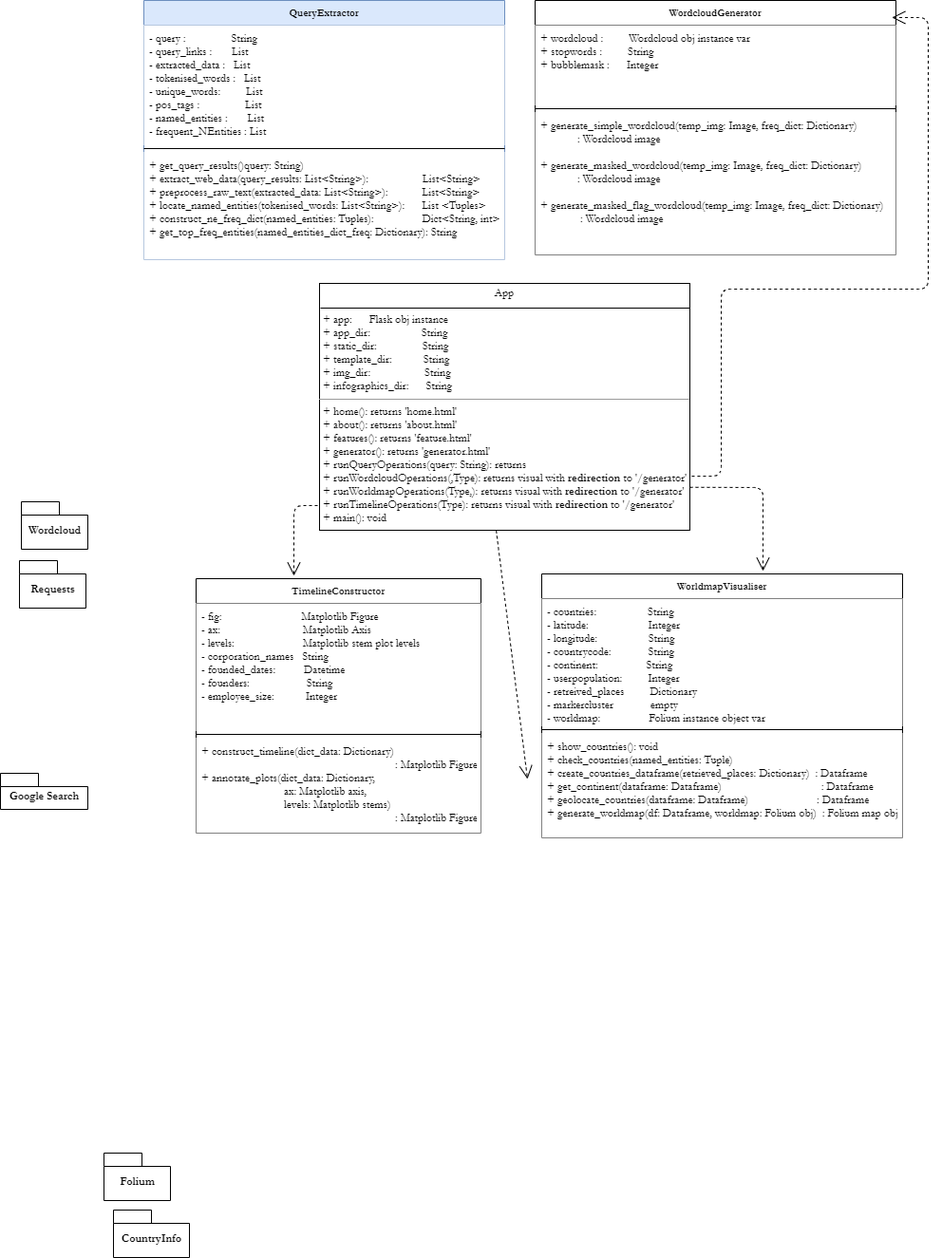
Above: Documentation/Design/GIFT-UML-Diagram.png in John8790909/Generating-Infographics-from-Text (draw.io), before the change. Source tidied: cells renumbered, new cells last; positions are measured from the earlier drawing's top-left corner, leaving out a move shared by most shapes.
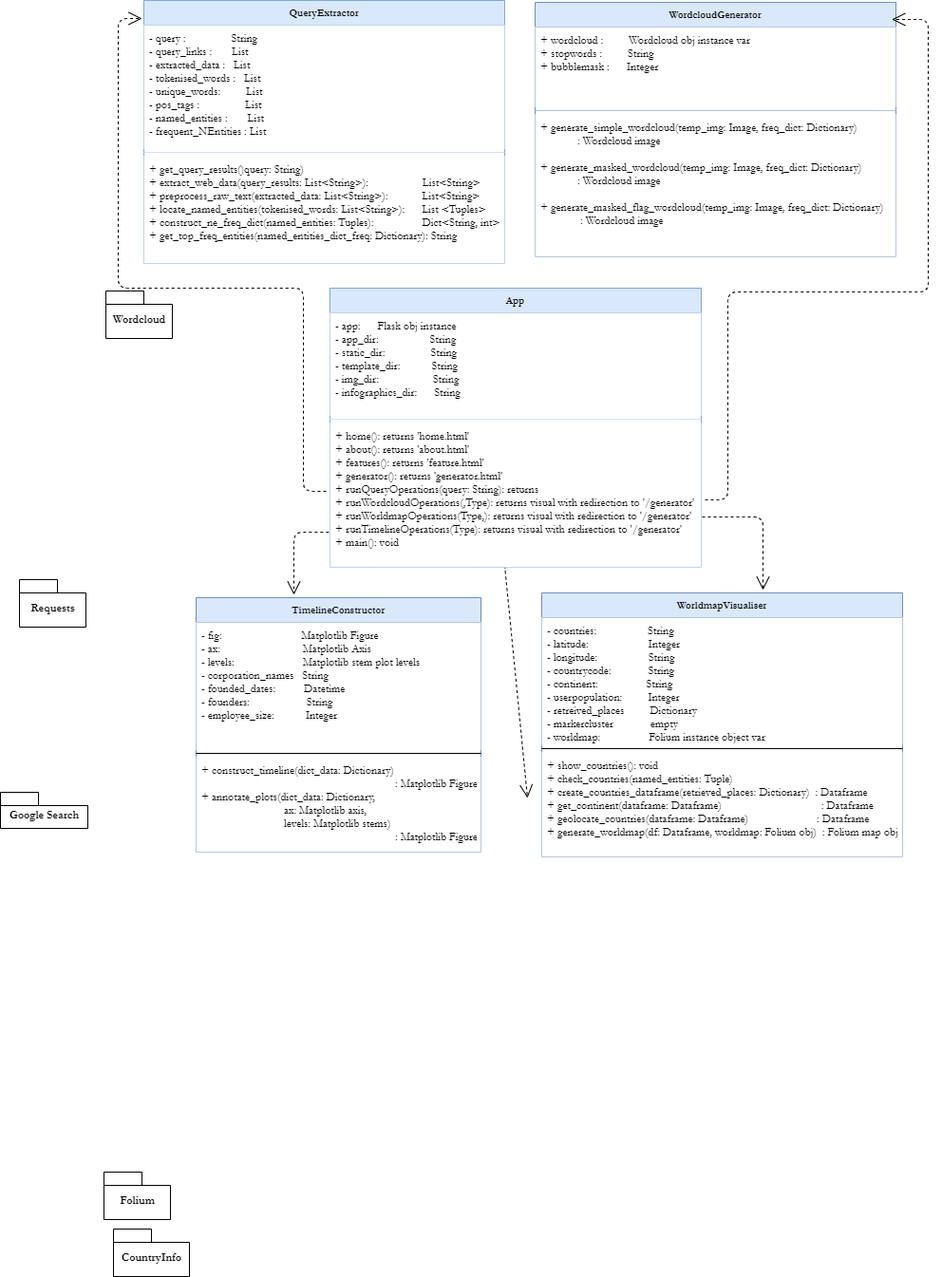
The same file after the commit.

Change to the diagram source:
```diff
@@ -6,7 +6,7 @@
       <mxGeometry y="814" width="92" height="38" as="geometry" />
     </mxCell>
     <mxCell id="3" value="Wordcloud" style="shape=folder;fontStyle=1;spacingTop=10;tabWidth=40;tabHeight=14;tabPosition=left;html=1;fontFamily=Garamond;" parent="1" vertex="1">
-      <mxGeometry x="22" y="528" width="70" height="50" as="geometry" />
+      <mxGeometry x="111" y="286" width="70" height="50" as="geometry" />
     </mxCell>
     <mxCell id="4" value="Folium" style="shape=folder;fontStyle=1;spacingTop=10;tabWidth=40;tabHeight=14;tabPosition=left;html=1;fontFamily=Garamond;" parent="1" vertex="1">
       <mxGeometry x="109" y="1214" width="70" height="50" as="geometry" />
@@ -17,19 +17,19 @@
     <mxCell id="6" value="Requests" style="shape=folder;fontStyle=1;spacingTop=10;tabWidth=40;tabHeight=14;tabPosition=left;html=1;fontFamily=Garamond;" parent="1" vertex="1">
       <mxGeometry x="20" y="590" width="70" height="50" as="geometry" />
     </mxCell>
-    <mxCell id="7" value="WordcloudGenerator" style="swimlane;fontStyle=1;align=center;verticalAlign=top;horizontal=1;startSize=26;fontFamily=Garamond;fontSize=11;labelBackgroundColor=#FFFFFF;" parent="1" vertex="1">
-      <mxGeometry x="563" width="380" height="268" as="geometry" />
+    <mxCell id="7" value="WordcloudGenerator" style="swimlane;fontStyle=1;align=center;verticalAlign=top;horizontal=1;startSize=26;fontFamily=Garamond;fontSize=11;labelBackgroundColor=none;fillColor=#dae8fc;strokeColor=#6c8ebf;" parent="1" vertex="1">
+      <mxGeometry x="563" y="-18" width="380" height="268" as="geometry" />
     </mxCell>
     <mxCell id="8" value="+ wordcloud :         Wordcloud obj instance var&#10;+ stopwords :         String&#10;+ bubblemask :      Integer" style="text;strokeColor=none;align=left;verticalAlign=top;spacingLeft=4;spacingRight=4;overflow=hidden;fontFamily=Garamond;fillColor=#ffffff;" parent="7" vertex="1">
       <mxGeometry y="26" width="380" height="84" as="geometry" />
     </mxCell>
-    <mxCell id="9" style="line;strokeWidth=1;fillColor=none;align=left;verticalAlign=middle;spacingTop=-1;spacingLeft=3;spacingRight=3;labelPosition=right;" parent="7" vertex="1">
+    <mxCell id="9" style="line;strokeWidth=1;fillColor=none;align=left;verticalAlign=middle;spacingTop=-1;spacingLeft=3;spacingRight=3;labelPosition=right;strokeColor=#A9C4EB;" parent="7" vertex="1">
       <mxGeometry y="110" width="380" height="8" as="geometry" />
     </mxCell>
     <mxCell id="10" value="+ generate_simple_wordcloud(temp_img: Image, freq_dict: Dictionary)  &#10;             : Wordcloud image&#10;&#10;+ generate_masked_wordcloud(temp_img: Image, freq_dict: Dictionary)&#10;             : Wordcloud image&#10;&#10;+ generate_masked_flag_wordcloud(temp_img: Image, freq_dict: Dictionary)&#10;              : Wordcloud image" style="text;strokeColor=none;align=left;verticalAlign=top;spacingLeft=4;spacingRight=4;overflow=hidden;fontFamily=Garamond;fillColor=#ffffff;fontSize=12;horizontal=1;" parent="7" vertex="1">
       <mxGeometry y="118" width="380" height="150" as="geometry" />
     </mxCell>
-    <mxCell id="11" value="WorldmapVisualiser" style="swimlane;fontStyle=1;align=center;verticalAlign=top;horizontal=1;startSize=26;labelBackgroundColor=#FFFFFF;fontFamily=Garamond;fontSize=11;fillColor=#ffffff;" parent="1" vertex="1">
+    <mxCell id="11" value="WorldmapVisualiser" style="swimlane;fontStyle=1;align=center;verticalAlign=top;horizontal=1;startSize=26;labelBackgroundColor=none;fontFamily=Garamond;fontSize=11;fillColor=#dae8fc;strokeColor=#6c8ebf;" parent="1" vertex="1">
       <mxGeometry x="570" y="604" width="380" height="278" as="geometry" />
     </mxCell>
     <mxCell id="12" value="- countries:                  String&#10;- latitude:                     Integer&#10;- longitude:                  String&#10;- countrycode:             String&#10;- continent:                 String&#10;- userpopulation:         Integer&#10;- retreived_places         Dictionary&#10;- markercluster             empty&#10;- worldmap:                 Folium instance object var" style="text;strokeColor=none;align=left;verticalAlign=top;spacingLeft=4;spacingRight=4;overflow=hidden;fontFamily=Garamond;fillColor=#ffffff;" parent="11" vertex="1">
@@ -41,7 +41,7 @@
     <mxCell id="14" value="+ show_countries(): void&#10;+ check_countries(named_entities: Tuple)&#10;+ create_countries_dataframe(retrieved_places: Dictionary)  : Dataframe&#10;+ get_continent(dataframe: Dataframe)                                   : Dataframe&#10;+ geolocate_countries(dataframe: Dataframe)                        : Dataframe&#10;+ generate_worldmap(df: Dataframe, worldmap: Folium obj)  : Folium map obj" style="text;strokeColor=none;align=left;verticalAlign=top;spacingLeft=4;spacingRight=4;overflow=hidden;fontFamily=Garamond;fillColor=#ffffff;" parent="11" vertex="1">
       <mxGeometry y="168" width="380" height="110" as="geometry" />
     </mxCell>
-    <mxCell id="15" value="TimelineConstructor" style="swimlane;fontStyle=1;align=center;verticalAlign=top;horizontal=1;startSize=26;labelBackgroundColor=#FFFFFF;fontFamily=Garamond;fontSize=11;fillColor=#ffffff;" parent="1" vertex="1">
+    <mxCell id="15" value="TimelineConstructor" style="swimlane;fontStyle=1;align=center;verticalAlign=top;horizontal=1;startSize=26;labelBackgroundColor=none;fontFamily=Garamond;fontSize=11;fillColor=#dae8fc;strokeColor=#6c8ebf;" parent="1" vertex="1">
       <mxGeometry x="206" y="609" width="300" height="268" as="geometry" />
     </mxCell>
     <mxCell id="16" value="- fig:                            Matplotlib Figure&#10;- ax:                             Matplotlib Axis&#10;- levels:                        Matplotlib stem plot levels&#10;- corporation_names   String&#10;- founded_dates:          Datetime&#10;- founders:                    String&#10;- employee_size:           Integer&#10;" style="text;strokeColor=none;align=left;verticalAlign=top;spacingLeft=4;spacingRight=4;overflow=hidden;fontFamily=Garamond;fillColor=#ffffff;" parent="15" vertex="1">
@@ -53,61 +53,75 @@
     <mxCell id="18" value="+ construct_timeline(dict_data: Dictionary)&#10;                                                                    : Matplotlib Figure&#10;+ annotate_plots(dict_data: Dictionary, &#10;                             ax: Matplotlib axis, &#10;                             levels: Matplotlib stems) &#10;                                                                    : Matplotlib Figure" style="text;strokeColor=none;align=left;verticalAlign=top;spacingLeft=4;spacingRight=4;overflow=hidden;fontFamily=Garamond;fillColor=#ffffff;" parent="15" vertex="1">
       <mxGeometry y="168" width="300" height="100" as="geometry" />
     </mxCell>
-    <mxCell id="19" style="group;" parent="1" vertex="1">
-      <mxGeometry x="336" y="298" width="390" height="260" as="geometry" />
-    </mxCell>
-    <mxCell id="20" value="&lt;p style=&quot;margin: 0px ; margin-top: 4px ; text-align: center&quot;&gt;App&lt;br&gt;&lt;/p&gt;&lt;p style=&quot;margin: 0px ; margin-left: 4px&quot;&gt;&lt;br&gt;&lt;/p&gt;&lt;p style=&quot;margin: 0px ; margin-left: 4px&quot;&gt;+ app:&amp;nbsp; &amp;nbsp; &amp;nbsp; Flask obj instance&lt;br&gt;+ app_dir:&amp;nbsp; &amp;nbsp; &amp;nbsp; &amp;nbsp; &amp;nbsp; &amp;nbsp; &amp;nbsp; &amp;nbsp; &amp;nbsp; String&lt;/p&gt;&lt;p style=&quot;margin: 0px ; margin-left: 4px&quot;&gt;+ static_dir:&amp;nbsp; &amp;nbsp; &amp;nbsp; &amp;nbsp; &amp;nbsp; &amp;nbsp; &amp;nbsp; &amp;nbsp; String&lt;/p&gt;&lt;p style=&quot;margin: 0px ; margin-left: 4px&quot;&gt;+ template_dir:&amp;nbsp; &amp;nbsp; &amp;nbsp; &amp;nbsp; &amp;nbsp; &amp;nbsp;String&lt;/p&gt;&lt;p style=&quot;margin: 0px ; margin-left: 4px&quot;&gt;+ img_dir:&amp;nbsp; &amp;nbsp; &amp;nbsp; &amp;nbsp; &amp;nbsp; &amp;nbsp; &amp;nbsp; &amp;nbsp; &amp;nbsp; &amp;nbsp;String&lt;/p&gt;&lt;p style=&quot;margin: 0px ; margin-left: 4px&quot;&gt;+ infographics_dir:&amp;nbsp; &amp;nbsp; &amp;nbsp; String&lt;/p&gt;&lt;hr size=&quot;1&quot;&gt;&lt;p style=&quot;margin: 0px ; margin-left: 4px&quot;&gt;+ home(): returns 'home.html'&lt;/p&gt;&lt;p style=&quot;margin: 0px ; margin-left: 4px&quot;&gt;+ about(): returns 'about.html'&lt;/p&gt;&lt;p style=&quot;margin: 0px ; margin-left: 4px&quot;&gt;+ features(): returns 'feature.html'&lt;/p&gt;&lt;p style=&quot;margin: 0px ; margin-left: 4px&quot;&gt;+ generator(): returns 'generator.html'&lt;/p&gt;&lt;p style=&quot;margin: 0px ; margin-left: 4px&quot;&gt;+ runQueryOperations(query: String): returns&lt;br&gt;+ runWordcloudOperations(,Type): returns visual with &lt;b&gt;redirection &lt;/b&gt;to '/generator'&lt;/p&gt;&lt;p style=&quot;margin: 0px ; margin-left: 4px&quot;&gt;+ runWorldmapOperations(Type,): returns visual with &lt;b&gt;redirection &lt;/b&gt;to '/generator'&lt;/p&gt;&lt;p style=&quot;margin: 0px ; margin-left: 4px&quot;&gt;+ runTimelineOperations(Type): returns visual with &lt;b&gt;redirection &lt;/b&gt;to '/generator'&lt;/p&gt;&lt;p style=&quot;margin: 0px ; margin-left: 4px&quot;&gt;+ main(): void&lt;/p&gt;" style="verticalAlign=top;align=left;overflow=fill;fontSize=12;fontFamily=Garamond;html=1;rounded=0;shadow=0;comic=0;labelBackgroundColor=none;strokeWidth=1;" parent="19" vertex="1">
-      <mxGeometry width="390" height="260" as="geometry" />
-    </mxCell>
-    <mxCell id="21" style="endArrow=none;html=1;fontFamily=Garamond;" parent="19" edge="1">
-      <mxGeometry relative="1" as="geometry">
-        <mxPoint x="1" y="26" as="sourcePoint" />
-        <mxPoint x="390" y="26" as="targetPoint" />
-      </mxGeometry>
-    </mxCell>
-    <mxCell id="22" style="endArrow=open;dashed=1;endFill=0;endSize=12;html=1;fontFamily=Garamond;fontSize=12;" parent="1" edge="1">
+    <mxCell id="22" style="endArrow=open;dashed=1;endFill=0;endSize=12;html=1;fontFamily=Garamond;fontSize=12;exitX=-0.003;exitY=0.757;exitDx=0;exitDy=0;exitPerimeter=0;" parent="1" edge="1" source="33">
       <mxGeometry relative="1" as="geometry">
-        <mxPoint x="334" y="532" as="sourcePoint" />
         <mxPoint x="309" y="606" as="targetPoint" />
         <Array as="points">
-          <mxPoint x="309" y="532" />
+          <mxPoint x="309" y="540" />
         </Array>
       </mxGeometry>
     </mxCell>
-    <mxCell id="23" style="endArrow=open;dashed=1;endFill=0;endSize=12;html=1;fontFamily=Garamond;fontSize=12;exitX=1;exitY=0.826;exitDx=0;exitDy=0;exitPerimeter=0;" parent="1" edge="1" source="20">
+    <mxCell id="23" style="endArrow=open;dashed=1;endFill=0;endSize=12;html=1;fontFamily=Garamond;fontSize=12;" parent="1" edge="1">
       <mxGeometry relative="1" as="geometry">
+        <mxPoint x="739" y="524" as="sourcePoint" />
         <mxPoint x="803" y="601" as="targetPoint" />
         <Array as="points">
-          <mxPoint x="803" y="513" />
+          <mxPoint x="803" y="524" />
         </Array>
       </mxGeometry>
     </mxCell>
-    <mxCell id="24" style="endArrow=open;dashed=1;endFill=0;endSize=12;html=1;fontFamily=Garamond;fontSize=12;exitX=0.477;exitY=1;exitDx=0;exitDy=0;exitPerimeter=0;" parent="1" edge="1" source="20">
+    <mxCell id="24" style="endArrow=open;dashed=1;endFill=0;endSize=12;html=1;fontFamily=Garamond;fontSize=12;" parent="1" edge="1">
       <mxGeometry relative="1" as="geometry">
+        <mxPoint x="531" y="575" as="sourcePoint" />
         <mxPoint x="555" y="820" as="targetPoint" />
       </mxGeometry>
     </mxCell>
-    <mxCell id="25" style="endArrow=open;dashed=1;endFill=0;endSize=12;html=1;fontFamily=Garamond;fontSize=12;exitX=1.005;exitY=0.781;exitDx=0;exitDy=0;exitPerimeter=0;entryX=0.989;entryY=0.067;entryDx=0;entryDy=0;entryPerimeter=0;" parent="1" edge="1" source="20" target="7">
+    <mxCell id="25" style="endArrow=open;dashed=1;endFill=0;endSize=12;html=1;fontFamily=Garamond;fontSize=12;entryX=0.989;entryY=0.067;entryDx=0;entryDy=0;entryPerimeter=0;" parent="1" edge="1" target="7">
       <mxGeometry relative="1" as="geometry">
+        <mxPoint x="742" y="506" as="sourcePoint" />
         <Array as="points">
-          <mxPoint x="759" y="501" />
-          <mxPoint x="759" y="304" />
-          <mxPoint x="977" y="304" />
-          <mxPoint x="977" y="18" />
+          <mxPoint x="766" y="506" />
+          <mxPoint x="766" y="287" />
+          <mxPoint x="977" y="287" />
+          <mxPoint x="977" />
         </Array>
       </mxGeometry>
     </mxCell>
-    <mxCell id="26" value="QueryExtractor" style="swimlane;fontStyle=1;align=center;verticalAlign=top;horizontal=1;startSize=26;fontFamily=Garamond;fontSize=11;labelBackgroundColor=none;fillColor=#dae8fc;strokeColor=#6c8ebf;" parent="1" vertex="1">
-      <mxGeometry x="151" width="380" height="273" as="geometry" />
+    <mxCell id="26" value="QueryExtractor" style="swimlane;fontStyle=1;align=center;verticalAlign=top;horizontal=1;startSize=26;fontFamily=Garamond;fontSize=11;labelBackgroundColor=none;fillColor=#dae8fc;strokeColor=#7EA6E0;" parent="1" vertex="1">
+      <mxGeometry x="151" y="-20" width="380" height="277" as="geometry" />
     </mxCell>
-    <mxCell id="27" value="- query :                String&#10;- query_links :       List&#10;- extracted_data :   List&#10;- tokenised_words :   List&#10;- unique_words:         List&#10;- pos_tags :                List&#10;- named_entities :       List&#10;- frequent_NEntities : List&#10;" style="text;strokeColor=none;align=left;verticalAlign=top;spacingLeft=4;spacingRight=4;overflow=hidden;fontFamily=Garamond;fillColor=#ffffff;" parent="26" vertex="1">
-      <mxGeometry y="26" width="380" height="126" as="geometry" />
+    <mxCell id="27" value="- query :                String&#10;- query_links :       List&#10;- extracted_data :   List&#10;- tokenised_words :   List&#10;- unique_words:         List&#10;- pos_tags :                List&#10;- named_entities :       List&#10;- frequent_NEntities : List&#10;" style="text;align=left;verticalAlign=top;spacingLeft=4;spacingRight=4;overflow=hidden;fontFamily=Garamond;fillColor=#ffffff;" parent="26" vertex="1">
+      <mxGeometry y="26" width="380" height="130" as="geometry" />
     </mxCell>
-    <mxCell id="28" style="line;strokeWidth=1;fillColor=none;align=left;verticalAlign=middle;spacingTop=-1;spacingLeft=3;spacingRight=3;labelPosition=right;" parent="26" vertex="1">
-      <mxGeometry y="152" width="380" height="8" as="geometry" />
+    <mxCell id="28" style="line;strokeWidth=1;align=left;verticalAlign=middle;spacingTop=-1;spacingLeft=3;spacingRight=3;labelPosition=right;noLabel=1;fontColor=none;labelBackgroundColor=none;fillColor=none;strokeColor=#D4E1F5;" parent="26" vertex="1">
+      <mxGeometry y="156" width="380" height="8" as="geometry" />
     </mxCell>
     <mxCell id="29" value="+ get_query_results()query: String)&#10;+ extract_web_data(query_results: List&lt;String&gt;):                   List&lt;String&gt;&#10;+ preprocess_raw_text(extracted_data: List&lt;String&gt;):            List&lt;String&gt;&#10;+ locate_named_entities(tokenised_words: List&lt;String&gt;):      List &lt;Tuples&gt;&#10;+ construct_ne_freq_dict(named_entities: Tuples):                 Dict&lt;String, int&gt;&#10;+ get_top_freq_entities(named_entities_dict_freq: Dictionary): String&#10;" style="text;strokeColor=none;align=left;verticalAlign=top;spacingLeft=4;spacingRight=4;overflow=hidden;fontFamily=Garamond;fillColor=#ffffff;fontSize=12;horizontal=1;" parent="26" vertex="1">
-      <mxGeometry y="160" width="380" height="113" as="geometry" />
+      <mxGeometry y="164" width="380" height="113" as="geometry" />
     </mxCell>
+    <mxCell id="30" value="App" style="swimlane;fontStyle=1;align=center;verticalAlign=top;horizontal=1;startSize=26;fontFamily=Garamond;fontSize=11;labelBackgroundColor=none;fillColor=#dae8fc;strokeColor=#7EA6E0;" parent="1" vertex="1">
+      <mxGeometry x="347" y="283" width="391" height="294" as="geometry" />
+    </mxCell>
+    <mxCell id="31" value="- app:      Flask obj instance&#10;- app_dir:                  String&#10;- static_dir:                String&#10;- template_dir:           String&#10;- img_dir:                   String&#10;- infographics_dir:      String" style="text;align=left;verticalAlign=top;spacingLeft=4;spacingRight=4;overflow=hidden;fontFamily=Garamond;fillColor=#ffffff;" parent="30" vertex="1">
+      <mxGeometry y="26" width="391" height="108" as="geometry" />
+    </mxCell>
+    <mxCell id="32" style="line;strokeWidth=1;align=left;verticalAlign=middle;spacingTop=-1;spacingLeft=3;spacingRight=3;labelPosition=right;noLabel=1;fontColor=none;labelBackgroundColor=none;fillColor=none;strokeColor=#D4E1F5;" parent="30" vertex="1">
+      <mxGeometry y="134" width="391" height="8" as="geometry" />
+    </mxCell>
+    <mxCell id="33" value="+ home(): returns 'home.html'&#10;+ about(): returns 'about.html'&#10;+ features(): returns 'feature.html'&#10;+ generator(): returns 'generator.html'&#10;+ runQueryOperations(query: String): returns&#10;+ runWordcloudOperations(,Type): returns visual with redirection to '/generator'&#10;+ runWorldmapOperations(Type,): returns visual with redirection to '/generator'&#10;+ runTimelineOperations(Type): returns visual with redirection to '/generator'&#10;+ main(): void" style="text;strokeColor=none;align=left;verticalAlign=top;spacingLeft=4;spacingRight=4;overflow=hidden;points=[[0,0.5],[1,0.5]];portConstraint=eastwest;fontFamily=Garamond;fillColor=#ffffff;fontSize=12;horizontal=1;" parent="30" vertex="1">
+      <mxGeometry y="142" width="391" height="152" as="geometry" />
+    </mxCell>
+    <mxCell id="34" style="endArrow=open;dashed=1;endFill=0;endSize=12;html=1;fontFamily=Garamond;fontSize=12;" parent="1" edge="1">
+      <mxGeometry relative="1" as="geometry">
+        <mxPoint x="343" y="497" as="sourcePoint" />
+        <mxPoint x="149" y="-1" as="targetPoint" />
+        <Array as="points">
+          <mxPoint x="319" y="497" />
+          <mxPoint x="319" y="283" />
+          <mxPoint x="124" y="283" />
+          <mxPoint x="124" y="-1" />
+        </Array>
+      </mxGeometry>
+    </mxCell>
   </root>
 </mxGraphModel>
```
